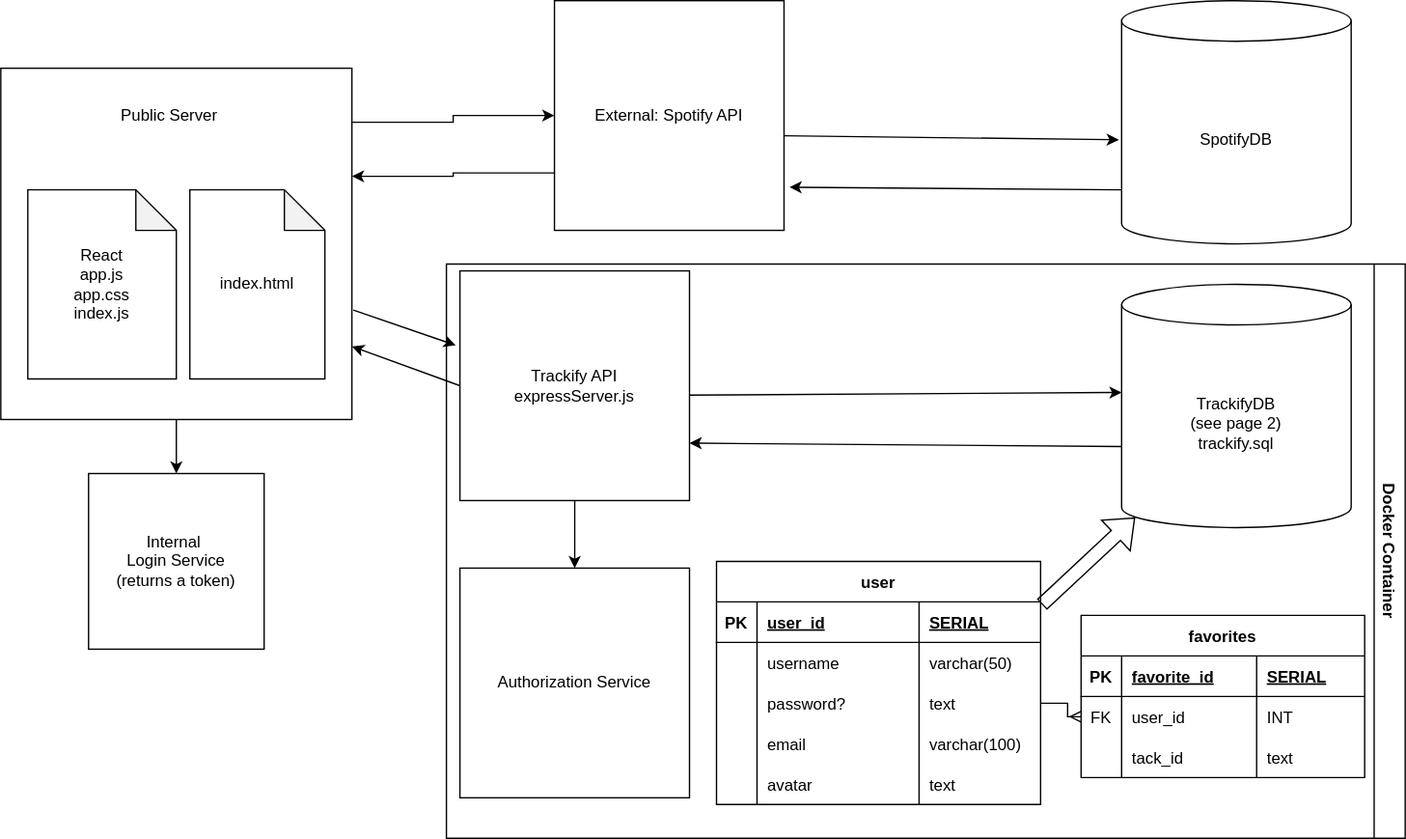
Above: Trackify.drawio.svg in TuneSpace/trackify (draw.io), before the change. Source tidied: cells renumbered, new cells last; positions are measured from the earlier drawing's top-left corner, leaving out a move shared by most shapes. Its diagram source:
```xml
<mxGraphModel>
  <root>
    <mxCell id="0" />
    <mxCell id="1" parent="0" />
    <mxCell id="2" style="group;" parent="1" vertex="1">
      <mxGeometry y="50" width="260" height="260" as="geometry" />
    </mxCell>
    <mxCell id="3" style="whiteSpace=wrap;html=1;" parent="2" vertex="1">
      <mxGeometry width="260" height="260" as="geometry" />
    </mxCell>
    <mxCell id="4" value="React&lt;br&gt;app.js&lt;br&gt;app.css&lt;br&gt;index.js" style="shape=note;whiteSpace=wrap;html=1;backgroundOutline=1;darkOpacity=0.05;" parent="2" vertex="1">
      <mxGeometry x="20" y="90" width="110" height="140" as="geometry" />
    </mxCell>
    <mxCell id="5" value="index.html" style="shape=note;whiteSpace=wrap;html=1;backgroundOutline=1;darkOpacity=0.05;" parent="2" vertex="1">
      <mxGeometry x="140" y="90" width="100" height="140" as="geometry" />
    </mxCell>
    <mxCell id="6" value="Public Server" style="text;html=1;strokeColor=none;fillColor=none;align=center;verticalAlign=middle;whiteSpace=wrap;rounded=0;" parent="2" vertex="1">
      <mxGeometry x="80" y="20" width="90" height="30" as="geometry" />
    </mxCell>
    <mxCell id="7" style="endArrow=classic;html=1;rounded=0;entryX=0.5;entryY=0;entryDx=0;entryDy=0;" parent="2" edge="1" target="19">
      <mxGeometry relative="1" as="geometry">
        <mxPoint x="130" y="260" as="sourcePoint" />
      </mxGeometry>
    </mxCell>
    <mxCell id="8" style="edgeStyle=orthogonalEdgeStyle;rounded=0;jettySize=auto;html=1;exitX=0;exitY=0.75;exitDx=0;exitDy=0;" parent="1" edge="1" source="9">
      <mxGeometry relative="1" as="geometry">
        <mxPoint x="260" y="130" as="targetPoint" />
        <Array as="points">
          <mxPoint x="335" y="128" />
          <mxPoint x="335" y="130" />
          <mxPoint x="260" y="130" />
        </Array>
      </mxGeometry>
    </mxCell>
    <mxCell id="9" value="External: Spotify API" style="whiteSpace=wrap;html=1;" parent="1" vertex="1">
      <mxGeometry x="410" width="170" height="170" as="geometry" />
    </mxCell>
    <mxCell id="10" value="SpotifyDB" style="shape=cylinder3;whiteSpace=wrap;html=1;boundedLbl=1;backgroundOutline=1;size=15;" parent="1" vertex="1">
      <mxGeometry x="830" width="170" height="180" as="geometry" />
    </mxCell>
    <mxCell id="11" value="TrackifyDB&lt;br&gt;(see page 2)&lt;br&gt;trackify.sql" style="shape=cylinder3;whiteSpace=wrap;html=1;boundedLbl=1;backgroundOutline=1;size=15;" parent="1" vertex="1">
      <mxGeometry x="830" y="210" width="170" height="180" as="geometry" />
    </mxCell>
    <mxCell id="12" style="edgeStyle=orthogonalEdgeStyle;rounded=0;jettySize=auto;html=1;" parent="1" edge="1" target="9">
      <mxGeometry relative="1" as="geometry">
        <mxPoint x="260" y="90" as="sourcePoint" />
        <Array as="points">
          <mxPoint x="260" y="90" />
          <mxPoint x="335" y="90" />
          <mxPoint x="335" y="85" />
        </Array>
      </mxGeometry>
    </mxCell>
    <mxCell id="13" style="endArrow=classic;html=1;rounded=0;entryX=-0.018;entryY=0.324;entryDx=0;entryDy=0;entryPerimeter=0;" parent="1" edge="1" target="58">
      <mxGeometry relative="1" as="geometry">
        <mxPoint x="261" y="229" as="sourcePoint" />
      </mxGeometry>
    </mxCell>
    <mxCell id="14" style="endArrow=classic;html=1;rounded=0;entryX=1;entryY=0.792;entryDx=0;entryDy=0;entryPerimeter=0;exitX=0;exitY=0.5;exitDx=0;exitDy=0;" parent="1" edge="1" source="58" target="3">
      <mxGeometry relative="1" as="geometry" />
    </mxCell>
    <mxCell id="15" style="endArrow=classic;html=1;rounded=0;entryX=-0.012;entryY=0.572;entryDx=0;entryDy=0;entryPerimeter=0;" parent="1" edge="1" target="10">
      <mxGeometry relative="1" as="geometry">
        <mxPoint x="580" y="100" as="sourcePoint" />
      </mxGeometry>
    </mxCell>
    <mxCell id="16" style="endArrow=classic;html=1;rounded=0;exitX=0.994;exitY=0.541;exitDx=0;exitDy=0;exitPerimeter=0;" parent="1" edge="1" source="58">
      <mxGeometry relative="1" as="geometry">
        <mxPoint x="830" y="290" as="targetPoint" />
      </mxGeometry>
    </mxCell>
    <mxCell id="17" style="endArrow=classic;html=1;rounded=0;entryX=1;entryY=0.75;entryDx=0;entryDy=0;" parent="1" edge="1" target="58">
      <mxGeometry relative="1" as="geometry">
        <mxPoint x="830" y="330" as="sourcePoint" />
      </mxGeometry>
    </mxCell>
    <mxCell id="18" style="endArrow=classic;html=1;rounded=0;entryX=1.024;entryY=0.812;entryDx=0;entryDy=0;entryPerimeter=0;" parent="1" edge="1" target="9">
      <mxGeometry relative="1" as="geometry">
        <mxPoint x="830" y="140" as="sourcePoint" />
      </mxGeometry>
    </mxCell>
    <mxCell id="19" value="Internal&amp;nbsp;&lt;br&gt;Login Service&lt;br&gt;(returns a token)" style="whiteSpace=wrap;html=1;" parent="1" vertex="1">
      <mxGeometry x="65" y="350" width="130" height="130" as="geometry" />
    </mxCell>
    <mxCell id="20" value="Docker Container" style="swimlane;horizontal=0;whiteSpace=wrap;html=1;rotation=-180;" parent="1" vertex="1">
      <mxGeometry x="330" y="195" width="710" height="425" as="geometry" />
    </mxCell>
    <mxCell id="21" value="favorites" style="shape=table;startSize=30;rowLines=0;fontStyle=1;align=center;" parent="20" vertex="1">
      <mxGeometry x="470" y="260" width="210" height="120" as="geometry" />
    </mxCell>
    <mxCell id="22" style="shape=tableRow;horizontal=0;startSize=0;swimlaneHead=0;swimlaneBody=0;fillColor=none;top=0;left=0;right=0;bottom=1;" parent="21" vertex="1">
      <mxGeometry y="30" width="210" height="30" as="geometry" />
    </mxCell>
    <mxCell id="23" value="PK" style="shape=partialRectangle;fillColor=none;top=0;left=0;bottom=0;right=0;fontStyle=1;overflow=hidden;" parent="22" vertex="1">
      <mxGeometry width="30" height="30" as="geometry" />
    </mxCell>
    <mxCell id="24" value="favorite_id" style="shape=partialRectangle;fillColor=none;top=0;left=0;bottom=0;right=0;align=left;spacingLeft=6;fontStyle=5;overflow=hidden;" parent="22" vertex="1">
      <mxGeometry x="30" width="100" height="30" as="geometry" />
    </mxCell>
    <mxCell id="25" value="SERIAL" style="shape=partialRectangle;fillColor=none;top=0;left=0;bottom=0;right=0;align=left;spacingLeft=6;fontStyle=5;overflow=hidden;" parent="22" vertex="1">
      <mxGeometry x="130" width="80" height="30" as="geometry" />
    </mxCell>
    <mxCell id="26" style="shape=tableRow;horizontal=0;startSize=0;swimlaneHead=0;swimlaneBody=0;fillColor=none;points=[[0,0.5],[1,0.5]];portConstraint=eastwest;top=0;left=0;right=0;bottom=0;" parent="21" vertex="1">
      <mxGeometry y="60" width="210" height="30" as="geometry" />
    </mxCell>
    <mxCell id="27" value="FK" style="shape=partialRectangle;fillColor=none;top=0;left=0;bottom=0;right=0;overflow=hidden;" parent="26" vertex="1">
      <mxGeometry width="30" height="30" as="geometry" />
    </mxCell>
    <mxCell id="28" value="user_id" style="shape=partialRectangle;fillColor=none;top=0;left=0;bottom=0;right=0;align=left;spacingLeft=6;overflow=hidden;" parent="26" vertex="1">
      <mxGeometry x="30" width="100" height="30" as="geometry" />
    </mxCell>
    <mxCell id="29" value="INT" style="shape=partialRectangle;fillColor=none;top=0;left=0;bottom=0;right=0;align=left;spacingLeft=6;overflow=hidden;" parent="26" vertex="1">
      <mxGeometry x="130" width="80" height="30" as="geometry" />
    </mxCell>
    <mxCell id="30" style="shape=tableRow;horizontal=0;startSize=0;swimlaneHead=0;swimlaneBody=0;fillColor=none;top=0;left=0;right=0;bottom=0;" parent="21" vertex="1">
      <mxGeometry y="90" width="210" height="30" as="geometry" />
    </mxCell>
    <mxCell id="31" style="shape=partialRectangle;fillColor=none;top=0;left=0;bottom=0;right=0;overflow=hidden;" parent="30" vertex="1">
      <mxGeometry width="30" height="30" as="geometry" />
    </mxCell>
    <mxCell id="32" value="tack_id" style="shape=partialRectangle;fillColor=none;top=0;left=0;bottom=0;right=0;align=left;spacingLeft=6;overflow=hidden;" parent="30" vertex="1">
      <mxGeometry x="30" width="100" height="30" as="geometry" />
    </mxCell>
    <mxCell id="33" value="text" style="shape=partialRectangle;fillColor=none;top=0;left=0;bottom=0;right=0;align=left;spacingLeft=6;overflow=hidden;" parent="30" vertex="1">
      <mxGeometry x="130" width="80" height="30" as="geometry" />
    </mxCell>
    <mxCell id="34" value="user" style="shape=table;startSize=30;rowLines=0;fontStyle=1;align=center;" parent="20" vertex="1">
      <mxGeometry x="200" y="220" width="240" height="180" as="geometry" />
    </mxCell>
    <mxCell id="35" style="shape=tableRow;horizontal=0;startSize=0;swimlaneHead=0;swimlaneBody=0;fillColor=none;points=[[0,0.5],[1,0.5]];portConstraint=eastwest;top=0;left=0;right=0;bottom=1;" parent="34" vertex="1">
      <mxGeometry y="30" width="240" height="30" as="geometry" />
    </mxCell>
    <mxCell id="36" value="PK" style="shape=partialRectangle;fillColor=none;top=0;left=0;bottom=0;right=0;fontStyle=1;overflow=hidden;" parent="35" vertex="1">
      <mxGeometry width="30" height="30" as="geometry" />
    </mxCell>
    <mxCell id="37" value="user_id" style="shape=partialRectangle;fillColor=none;top=0;left=0;bottom=0;right=0;align=left;spacingLeft=6;fontStyle=5;overflow=hidden;" parent="35" vertex="1">
      <mxGeometry x="30" width="120" height="30" as="geometry" />
    </mxCell>
    <mxCell id="38" value="SERIAL" style="shape=partialRectangle;fillColor=none;top=0;left=0;bottom=0;right=0;align=left;spacingLeft=6;fontStyle=5;overflow=hidden;" parent="35" vertex="1">
      <mxGeometry x="150" width="90" height="30" as="geometry" />
    </mxCell>
    <mxCell id="39" style="shape=tableRow;horizontal=0;startSize=0;swimlaneHead=0;swimlaneBody=0;fillColor=none;top=0;left=0;right=0;bottom=0;" parent="34" vertex="1">
      <mxGeometry y="60" width="240" height="30" as="geometry" />
    </mxCell>
    <mxCell id="40" style="shape=partialRectangle;fillColor=none;top=0;left=0;bottom=0;right=0;overflow=hidden;" parent="39" vertex="1">
      <mxGeometry width="30" height="30" as="geometry" />
    </mxCell>
    <mxCell id="41" value="username" style="shape=partialRectangle;fillColor=none;top=0;left=0;bottom=0;right=0;align=left;spacingLeft=6;overflow=hidden;" parent="39" vertex="1">
      <mxGeometry x="30" width="120" height="30" as="geometry" />
    </mxCell>
    <mxCell id="42" value="varchar(50)" style="shape=partialRectangle;fillColor=none;top=0;left=0;bottom=0;right=0;align=left;spacingLeft=6;overflow=hidden;" parent="39" vertex="1">
      <mxGeometry x="150" width="90" height="30" as="geometry" />
    </mxCell>
    <mxCell id="43" style="shape=tableRow;horizontal=0;startSize=0;swimlaneHead=0;swimlaneBody=0;fillColor=none;points=[[0,0.5],[1,0.5]];portConstraint=eastwest;top=0;left=0;right=0;bottom=0;" parent="34" vertex="1">
      <mxGeometry y="90" width="240" height="30" as="geometry" />
    </mxCell>
    <mxCell id="44" style="shape=partialRectangle;fillColor=none;top=0;left=0;bottom=0;right=0;overflow=hidden;" parent="43" vertex="1">
      <mxGeometry width="30" height="30" as="geometry" />
    </mxCell>
    <mxCell id="45" value="password? " style="shape=partialRectangle;fillColor=none;top=0;left=0;bottom=0;right=0;align=left;spacingLeft=6;overflow=hidden;" parent="43" vertex="1">
      <mxGeometry x="30" width="120" height="30" as="geometry" />
    </mxCell>
    <mxCell id="46" value="text" style="shape=partialRectangle;fillColor=none;top=0;left=0;bottom=0;right=0;align=left;spacingLeft=6;overflow=hidden;" parent="43" vertex="1">
      <mxGeometry x="150" width="90" height="30" as="geometry" />
    </mxCell>
    <mxCell id="47" style="shape=tableRow;horizontal=0;startSize=0;swimlaneHead=0;swimlaneBody=0;fillColor=none;top=0;left=0;right=0;bottom=0;" parent="34" vertex="1">
      <mxGeometry y="120" width="240" height="30" as="geometry" />
    </mxCell>
    <mxCell id="48" style="shape=partialRectangle;fillColor=none;top=0;left=0;bottom=0;right=0;overflow=hidden;" parent="47" vertex="1">
      <mxGeometry width="30" height="30" as="geometry" />
    </mxCell>
    <mxCell id="49" value="email" style="shape=partialRectangle;fillColor=none;top=0;left=0;bottom=0;right=0;align=left;spacingLeft=6;overflow=hidden;" parent="47" vertex="1">
      <mxGeometry x="30" width="120" height="30" as="geometry" />
    </mxCell>
    <mxCell id="50" value="varchar(100)" style="shape=partialRectangle;fillColor=none;top=0;left=0;bottom=0;right=0;align=left;spacingLeft=6;overflow=hidden;" parent="47" vertex="1">
      <mxGeometry x="150" width="90" height="30" as="geometry" />
    </mxCell>
    <mxCell id="51" style="shape=tableRow;horizontal=0;startSize=0;swimlaneHead=0;swimlaneBody=0;fillColor=none;top=0;left=0;right=0;bottom=0;" parent="34" vertex="1">
      <mxGeometry y="150" width="240" height="30" as="geometry" />
    </mxCell>
    <mxCell id="52" style="shape=partialRectangle;fillColor=none;top=0;left=0;bottom=0;right=0;overflow=hidden;" parent="51" vertex="1">
      <mxGeometry width="30" height="30" as="geometry" />
    </mxCell>
    <mxCell id="53" value="avatar" style="shape=partialRectangle;fillColor=none;top=0;left=0;bottom=0;right=0;align=left;spacingLeft=6;overflow=hidden;" parent="51" vertex="1">
      <mxGeometry x="30" width="120" height="30" as="geometry" />
    </mxCell>
    <mxCell id="54" value="text" style="shape=partialRectangle;fillColor=none;top=0;left=0;bottom=0;right=0;align=left;spacingLeft=6;overflow=hidden;" parent="51" vertex="1">
      <mxGeometry x="150" width="90" height="30" as="geometry" />
    </mxCell>
    <mxCell id="55" style="edgeStyle=orthogonalEdgeStyle;rounded=0;jettySize=auto;html=1;exitX=1;exitY=0.5;exitDx=0;exitDy=0;endArrow=ERmany;endFill=0;" parent="20" edge="1" source="43" target="26">
      <mxGeometry relative="1" as="geometry" />
    </mxCell>
    <mxCell id="56" value="Authorization Service" style="whiteSpace=wrap;html=1;" parent="20" vertex="1">
      <mxGeometry x="10" y="225" width="170" height="170" as="geometry" />
    </mxCell>
    <mxCell id="57" style="shape=flexArrow;endArrow=classic;html=1;rounded=0;exitX=1.004;exitY=0.067;exitDx=0;exitDy=0;exitPerimeter=0;" parent="20" edge="1" source="35">
      <mxGeometry relative="1" as="geometry">
        <mxPoint x="510" y="187.5" as="targetPoint" />
      </mxGeometry>
    </mxCell>
    <mxCell id="58" value="Trackify API&lt;br&gt;expressServer.js" style="whiteSpace=wrap;html=1;" parent="20" vertex="1">
      <mxGeometry x="10" y="5" width="170" height="170" as="geometry" />
    </mxCell>
    <mxCell id="59" style="endArrow=classic;html=1;rounded=0;exitX=0.5;exitY=1;exitDx=0;exitDy=0;" parent="20" edge="1" source="58" target="56">
      <mxGeometry relative="1" as="geometry" />
    </mxCell>
  </root>
</mxGraphModel>
```
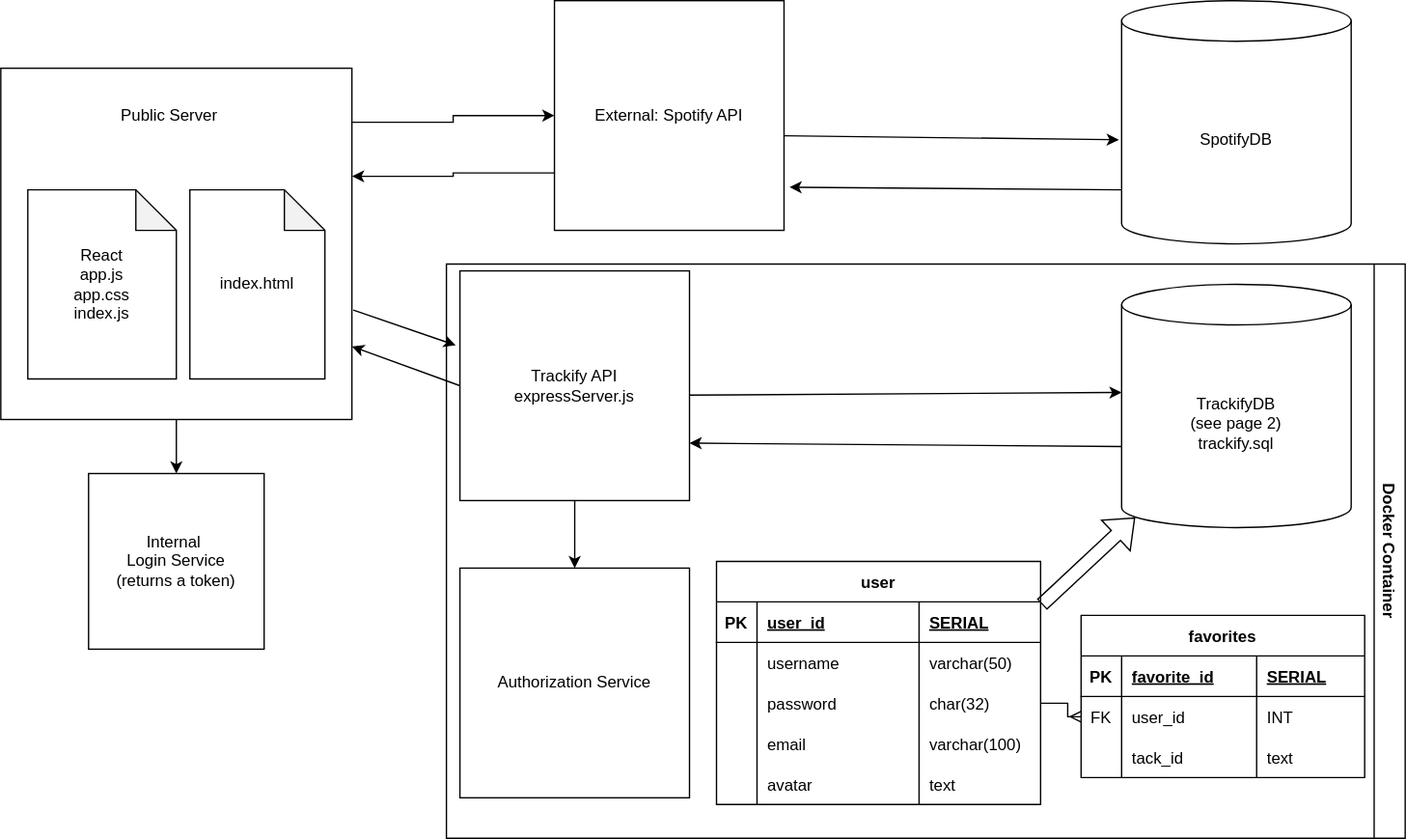
Above is the later version.

What changed in the source:
```diff
@@ -157,10 +157,10 @@
     <mxCell id="44" style="shape=partialRectangle;fillColor=none;top=0;left=0;bottom=0;right=0;overflow=hidden;" parent="43" vertex="1">
       <mxGeometry width="30" height="30" as="geometry" />
     </mxCell>
-    <mxCell id="45" value="password? " style="shape=partialRectangle;fillColor=none;top=0;left=0;bottom=0;right=0;align=left;spacingLeft=6;overflow=hidden;" parent="43" vertex="1">
+    <mxCell id="45" value="password" style="shape=partialRectangle;fillColor=none;top=0;left=0;bottom=0;right=0;align=left;spacingLeft=6;overflow=hidden;" parent="43" vertex="1">
       <mxGeometry x="30" width="120" height="30" as="geometry" />
     </mxCell>
-    <mxCell id="46" value="text" style="shape=partialRectangle;fillColor=none;top=0;left=0;bottom=0;right=0;align=left;spacingLeft=6;overflow=hidden;" parent="43" vertex="1">
+    <mxCell id="46" value="char(32)" style="shape=partialRectangle;fillColor=none;top=0;left=0;bottom=0;right=0;align=left;spacingLeft=6;overflow=hidden;" parent="43" vertex="1">
       <mxGeometry x="150" width="90" height="30" as="geometry" />
     </mxCell>
     <mxCell id="47" style="shape=tableRow;horizontal=0;startSize=0;swimlaneHead=0;swimlaneBody=0;fillColor=none;top=0;left=0;right=0;bottom=0;" parent="34" vertex="1">
```
